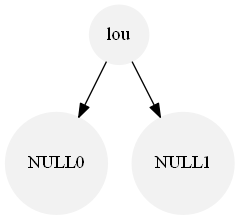
Before: RepJugadores.png, a diagram exported from Graphviz (loumisha96/EDD_1S2020_PY1_201602935). Its source is kept beside it as RepJugadores.dot.
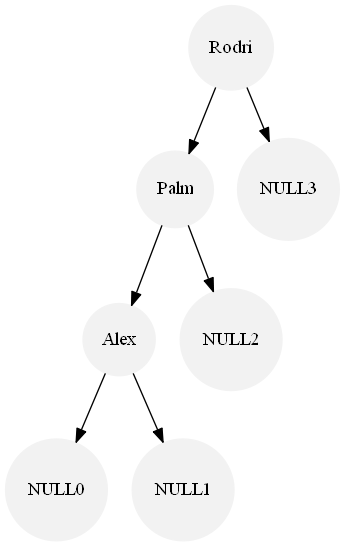
The same diagram one commit later.

Change to the diagram source:
```diff
@@ -1,6 +1,10 @@
 digraph G{
 node[shape=circle, style=filled, color = Gray95];
 edge[color =black]
-lou->NULL0
-lou->NULL1
+Rodri->Palm
+Palm->Alex
+Alex->NULL0
+Alex->NULL1
+Palm->NULL2
+Rodri->NULL3
 }
```
